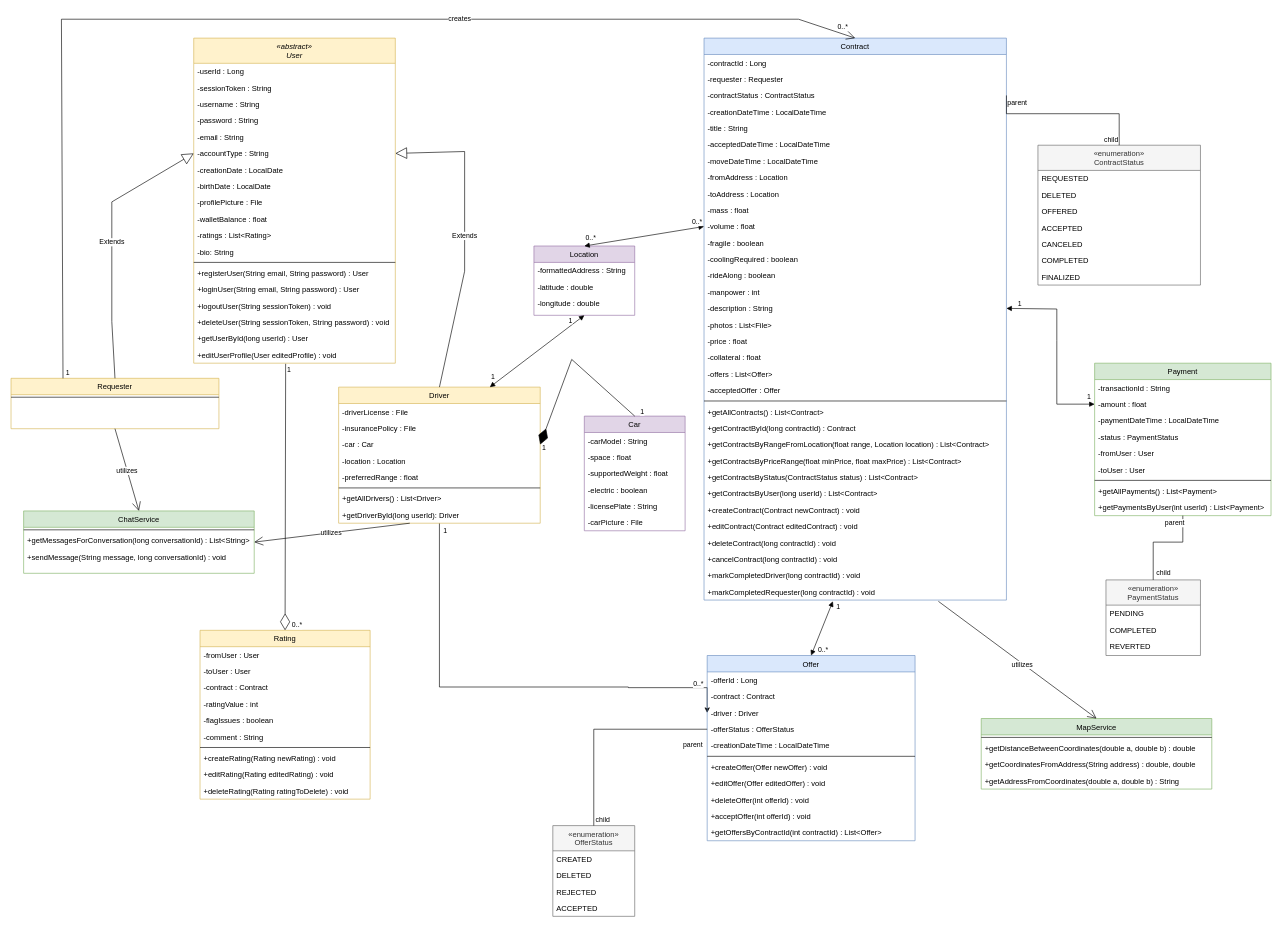
Earlier version of the draw.io diagram doc/diagrams/sopra_group_39_class_diagram.drawio (itsmaxjeffrey/sopra-fs25-group-39-server). Source tidied: cells renumbered, new cells numbered last; positions are measured from the earlier drawing's top-left corner, leaving out a move shared by most shapes. Both pictures are drawn from the tidied source at 63%, with x=0, y=0 at pixel (11, 19).
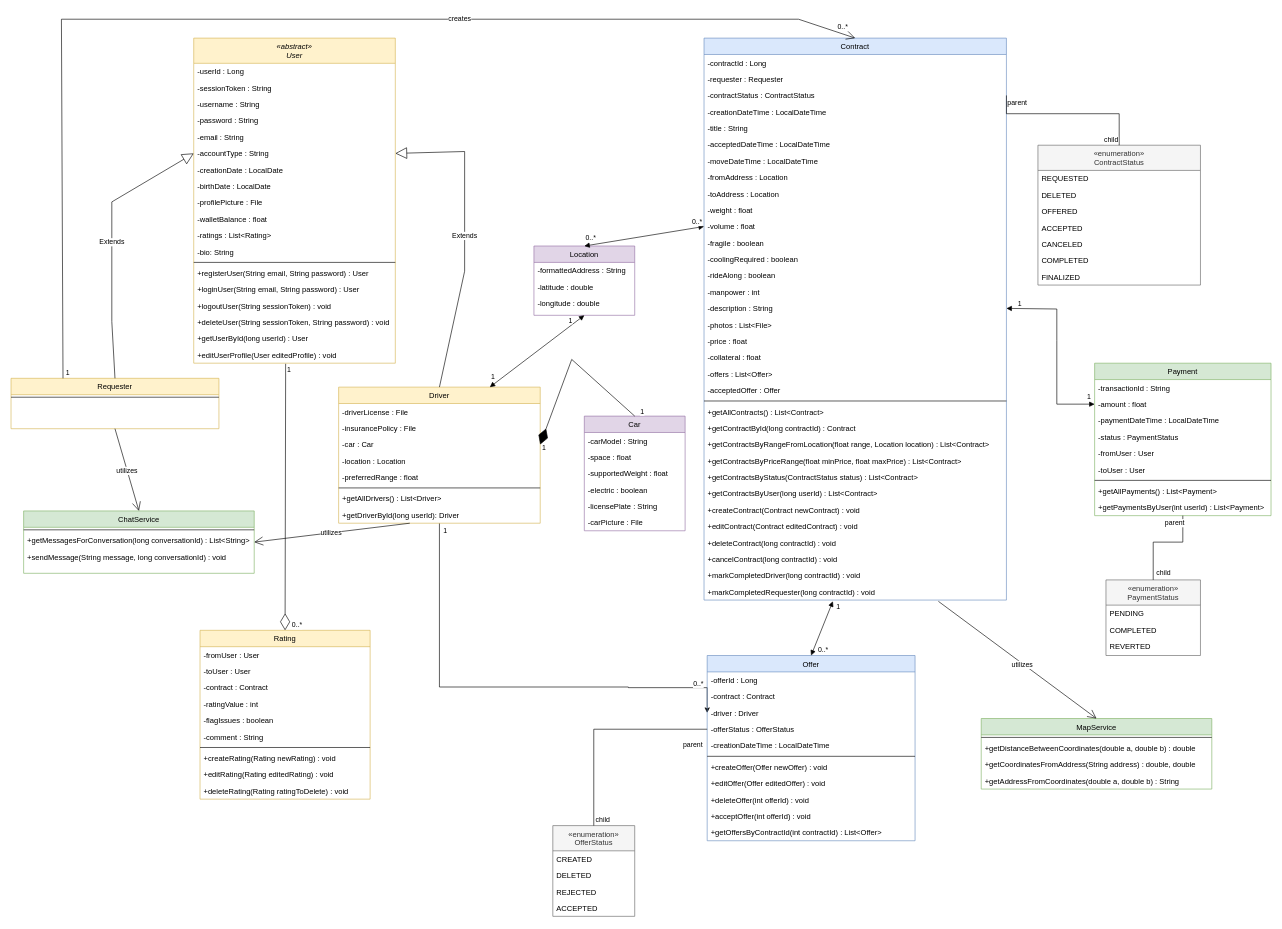
After the change.

The change refers to these unchanged cells:
```xml
<mxCell id="34" value="Contract" style="swimlane;fontStyle=0;align=center;verticalAlign=top;horizontal=1;startSize=26;rounded=0;shadow=0;strokeWidth=1;fillColor=#dae8fc;strokeColor=#6c8ebf;" parent="1" vertex="1">
  <mxGeometry x="1100" y="30" width="480" height="892" as="geometry" />
</mxCell>
```

Diff of the diagram source:
```diff
@@
-    <mxCell id="44" value="-mass : float" style="text;align=left;verticalAlign=top;spacingLeft=4;spacingRight=4;overflow=hidden;" parent="34" vertex="1">
+    <mxCell id="44" value="-weight : float" style="text;align=left;verticalAlign=top;spacingLeft=4;spacingRight=4;overflow=hidden;" parent="34" vertex="1">
       <mxGeometry y="260" width="480" height="26" as="geometry" />
     </mxCell>
```
